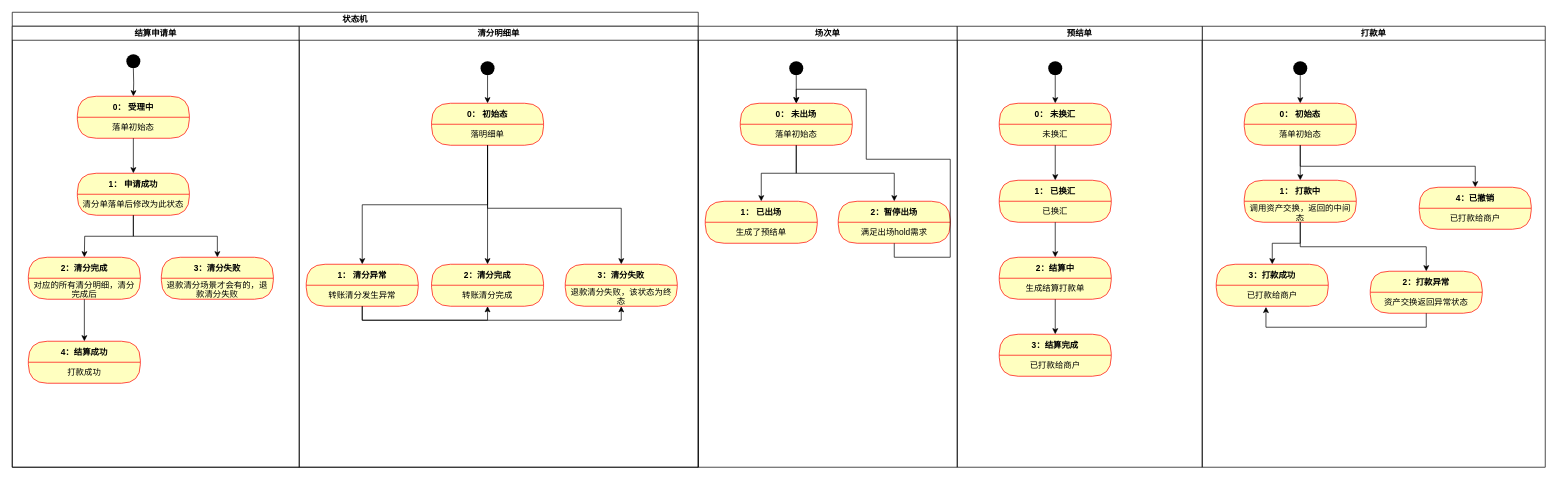
DominicElvira/Diagrams keeps this draw.io diagram as merchant-settle/状态机.drawio. Above is the earlier version. Source tidied: cells renumbered, new cells numbered last; positions are measured from the earlier drawing's top-left corner, leaving out a move shared by most shapes. Both pictures are drawn from the tidied source at 70%, with x=0, y=0 at pixel (12, 12).
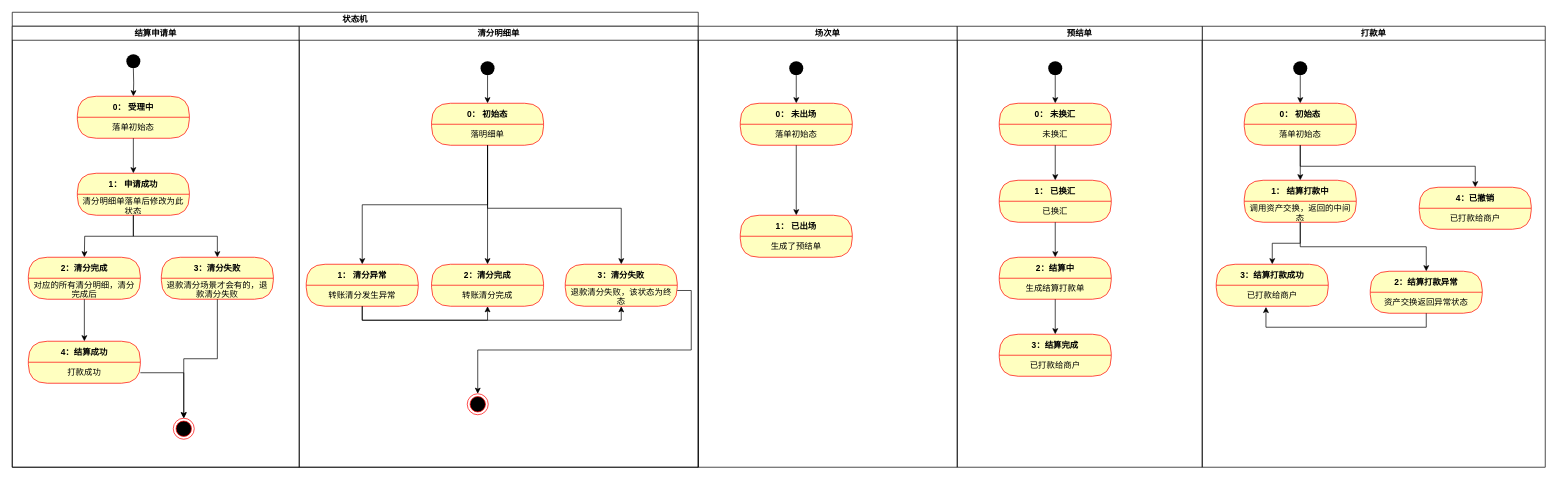
Above is the later version.

Unchanged cells that the change refers to:
```xml
<mxCell id="3" value="结算申请单" style="swimlane;startSize=20;" parent="2" vertex="1">
  <mxGeometry y="20" width="410" height="630" as="geometry" />
</mxCell>
<mxCell id="11" value="退款清分场景才会有的，退款清分失败" style="text;html=1;strokeColor=none;fillColor=none;align=center;verticalAlign=middle;spacingLeft=4;spacingRight=4;whiteSpace=wrap;overflow=hidden;fontColor=#000000;" parent="10" vertex="1">
  <mxGeometry y="30" width="160" height="30" as="geometry" />
</mxCell>
<mxCell id="13" value="打款成功" style="text;html=1;strokeColor=none;fillColor=none;align=center;verticalAlign=middle;spacingLeft=4;spacingRight=4;whiteSpace=wrap;overflow=hidden;fontColor=#000000;" parent="12" vertex="1">
  <mxGeometry y="30" width="160" height="30" as="geometry" />
</mxCell>
<mxCell id="15" value="清分明细单" style="swimlane;startSize=20;" parent="2" vertex="1">
  <mxGeometry x="410" y="20" width="570" height="630" as="geometry" />
</mxCell>
<mxCell id="23" value="退款清分失败，该状态为终态" style="text;html=1;strokeColor=none;fillColor=none;align=center;verticalAlign=middle;spacingLeft=4;spacingRight=4;whiteSpace=wrap;overflow=hidden;fontColor=#000000;" parent="22" vertex="1">
  <mxGeometry y="30" width="160" height="30" as="geometry" />
</mxCell>
<mxCell id="31" value="1： 申请成功" style="swimlane;fontStyle=1;align=center;verticalAlign=middle;horizontal=1;startSize=30;fontColor=#000000;rounded=1;arcSize=30;strokeColor=#ff0000;fillColor=#ffffc0;swimlaneFillColor=#ffffc0;" parent="1" vertex="1">
  <mxGeometry x="93" y="230" width="160" height="60" as="geometry" />
</mxCell>
<mxCell id="36" value="场次单" style="swimlane;startSize=20;" parent="1" vertex="1">
  <mxGeometry x="980" y="20" width="370" height="630" as="geometry" />
</mxCell>
<mxCell id="38" value="0： 未出场" style="swimlane;fontStyle=1;align=center;verticalAlign=middle;horizontal=1;startSize=30;fontColor=#000000;rounded=1;arcSize=30;strokeColor=#ff0000;fillColor=#ffffc0;swimlaneFillColor=#ffffc0;" parent="36" vertex="1">
  <mxGeometry x="60" y="110" width="160" height="60" as="geometry" />
</mxCell>
<mxCell id="46" value="落单初始态" style="text;html=1;strokeColor=none;fillColor=none;align=center;verticalAlign=middle;spacingLeft=4;spacingRight=4;whiteSpace=wrap;overflow=hidden;fontColor=#000000;" parent="36" vertex="1">
  <mxGeometry x="60" y="140" width="160" height="30" as="geometry" />
</mxCell>
<mxCell id="48" value="打款单" style="swimlane;startSize=20;" parent="1" vertex="1">
  <mxGeometry x="1700" y="20" width="490" height="630" as="geometry" />
</mxCell>
```

What changed in the source:
```diff
@@
+    <mxCell id="80" style="ellipse;html=1;shape=endState;fillColor=#000000;strokeColor=#ff0000;" parent="3" vertex="1">
+      <mxGeometry x="230" y="560" width="30" height="30" as="geometry" />
+    </mxCell>
+    <mxCell id="81" style="edgeStyle=orthogonalEdgeStyle;rounded=0;jettySize=auto;html=1;exitX=0.5;exitY=1;exitDx=0;exitDy=0;" parent="3" edge="1" source="11" target="80">
+      <mxGeometry relative="1" as="geometry" />
+    </mxCell>
+    <mxCell id="82" style="edgeStyle=orthogonalEdgeStyle;rounded=0;jettySize=auto;html=1;" parent="3" edge="1" source="13" target="80">
+      <mxGeometry relative="1" as="geometry" />
+    </mxCell>
@@
+    <mxCell id="83" style="ellipse;html=1;shape=endState;fillColor=#000000;strokeColor=#ff0000;" parent="15" vertex="1">
+      <mxGeometry x="240" y="525" width="30" height="30" as="geometry" />
+    </mxCell>
+    <mxCell id="84" style="edgeStyle=orthogonalEdgeStyle;rounded=0;jettySize=auto;html=1;exitX=1;exitY=0.25;exitDx=0;exitDy=0;" parent="15" edge="1" source="23" target="83">
+      <mxGeometry relative="1" as="geometry" />
+    </mxCell>
@@
-    <mxCell id="32" value="清分单落单后修改为此状态" style="text;html=1;strokeColor=none;fillColor=none;align=center;verticalAlign=middle;spacingLeft=4;spacingRight=4;whiteSpace=wrap;overflow=hidden;fontColor=#000000;" parent="31" vertex="1">
+    <mxCell id="32" value="清分明细单落单后修改为此状态" style="text;html=1;strokeColor=none;fillColor=none;align=center;verticalAlign=middle;spacingLeft=4;spacingRight=4;whiteSpace=wrap;overflow=hidden;fontColor=#000000;" parent="31" vertex="1">
       <mxGeometry y="30" width="160" height="30" as="geometry" />
     </mxCell>
@@
-    <mxCell id="40" value="2：暂停出场" style="swimlane;fontStyle=1;align=center;verticalAlign=middle;horizontal=1;startSize=30;fontColor=#000000;rounded=1;arcSize=30;strokeColor=#ff0000;fillColor=#ffffc0;swimlaneFillColor=#ffffc0;" parent="36" vertex="1">
-      <mxGeometry x="200" y="250" width="160" height="60" as="geometry" />
-    </mxCell>
-    <mxCell id="41" value="满足出场hold需求" style="text;html=1;strokeColor=none;fillColor=none;align=center;verticalAlign=middle;spacingLeft=4;spacingRight=4;whiteSpace=wrap;overflow=hidden;fontColor=#000000;" parent="40" vertex="1">
-      <mxGeometry y="30" width="160" height="30" as="geometry" />
-    </mxCell>
     <mxCell id="42" value="1： 已出场" style="swimlane;fontStyle=1;align=center;verticalAlign=middle;horizontal=1;startSize=30;fontColor=#000000;rounded=1;arcSize=30;strokeColor=#ff0000;fillColor=#ffffc0;swimlaneFillColor=#ffffc0;" parent="36" vertex="1">
-      <mxGeometry x="10" y="250" width="160" height="60" as="geometry" />
+      <mxGeometry x="60" y="270" width="160" height="60" as="geometry" />
     </mxCell>
@@
-    <mxCell id="45" style="edgeStyle=orthogonalEdgeStyle;rounded=0;jettySize=auto;html=1;exitX=0.5;exitY=1;exitDx=0;exitDy=0;" parent="36" edge="1" source="46" target="40">
-      <mxGeometry relative="1" as="geometry" />
-    </mxCell>
@@
-    <mxCell id="47" style="edgeStyle=orthogonalEdgeStyle;rounded=0;jettySize=auto;html=1;exitX=0.5;exitY=1;exitDx=0;exitDy=0;entryX=0.5;entryY=0;entryDx=0;entryDy=0;" parent="36" edge="1" source="41" target="38">
-      <mxGeometry relative="1" as="geometry">
-        <Array as="points">
-          <mxPoint x="280" y="330" />
-          <mxPoint x="360" y="330" />
-          <mxPoint x="360" y="190" />
-          <mxPoint x="240" y="190" />
-          <mxPoint x="240" y="90" />
-          <mxPoint x="140" y="90" />
-        </Array>
-      </mxGeometry>
-    </mxCell>
@@
-    <mxCell id="52" value="2：打款异常" style="swimlane;fontStyle=1;align=center;verticalAlign=middle;horizontal=1;startSize=30;fontColor=#000000;rounded=1;arcSize=30;strokeColor=#ff0000;fillColor=#ffffc0;swimlaneFillColor=#ffffc0;" parent="48" vertex="1">
+    <mxCell id="52" value="2：结算打款异常" style="swimlane;fontStyle=1;align=center;verticalAlign=middle;horizontal=1;startSize=30;fontColor=#000000;rounded=1;arcSize=30;strokeColor=#ff0000;fillColor=#ffffc0;swimlaneFillColor=#ffffc0;" parent="48" vertex="1">
       <mxGeometry x="240" y="350" width="160" height="60" as="geometry" />
     </mxCell>
@@
-    <mxCell id="54" value="1： 打款中" style="swimlane;fontStyle=1;align=center;verticalAlign=middle;horizontal=1;startSize=30;fontColor=#000000;rounded=1;arcSize=30;strokeColor=#ff0000;fillColor=#ffffc0;swimlaneFillColor=#ffffc0;" parent="48" vertex="1">
+    <mxCell id="54" value="1： 结算打款中" style="swimlane;fontStyle=1;align=center;verticalAlign=middle;horizontal=1;startSize=30;fontColor=#000000;rounded=1;arcSize=30;strokeColor=#ff0000;fillColor=#ffffc0;swimlaneFillColor=#ffffc0;" parent="48" vertex="1">
       <mxGeometry x="60" y="220" width="160" height="60" as="geometry" />
     </mxCell>
@@
-    <mxCell id="60" value="3：打款成功" style="swimlane;fontStyle=1;align=center;verticalAlign=middle;horizontal=1;startSize=30;fontColor=#000000;rounded=1;arcSize=30;strokeColor=#ff0000;fillColor=#ffffc0;swimlaneFillColor=#ffffc0;" parent="48" vertex="1">
+    <mxCell id="60" value="3：结算打款成功" style="swimlane;fontStyle=1;align=center;verticalAlign=middle;horizontal=1;startSize=30;fontColor=#000000;rounded=1;arcSize=30;strokeColor=#ff0000;fillColor=#ffffc0;swimlaneFillColor=#ffffc0;" parent="48" vertex="1">
       <mxGeometry x="20" y="340" width="160" height="60" as="geometry" />
     </mxCell>
```
